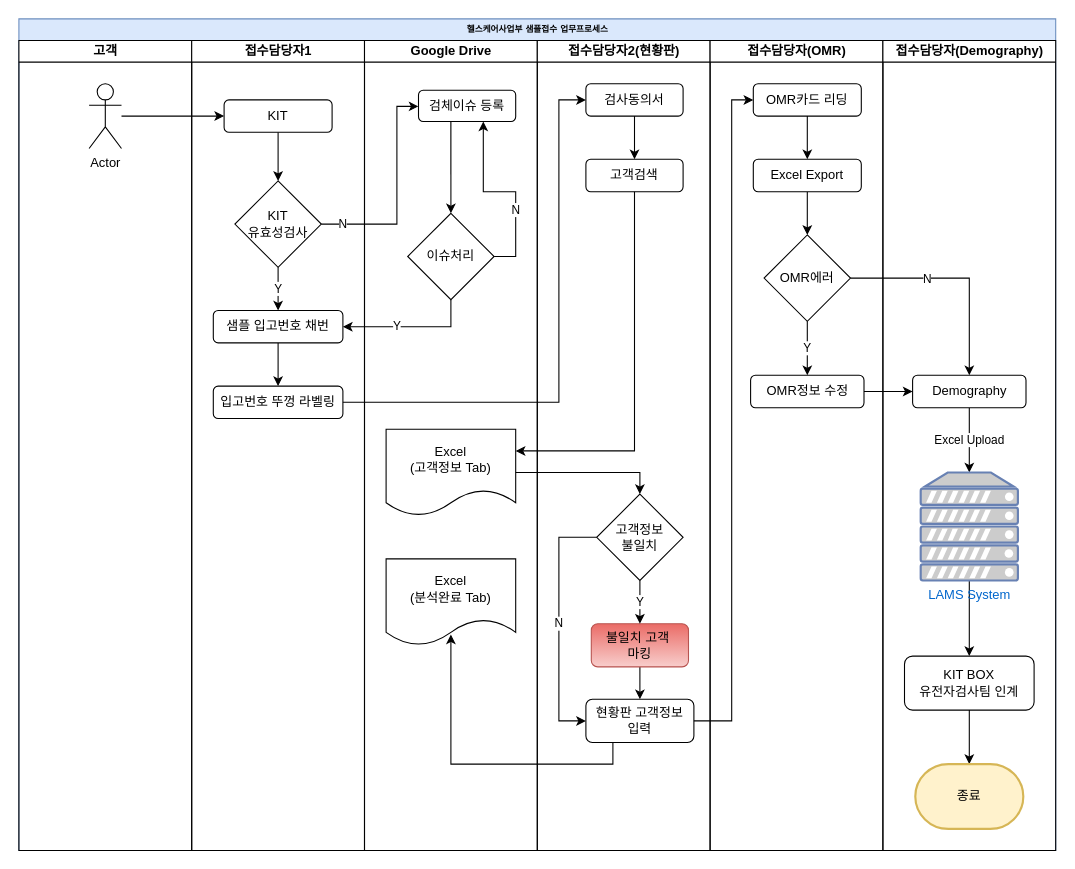
This is HC사업부_샘플입고_업무프로세스.drawio.xml from JamesHField/NGENEBIO_Workflow, a draw.io file, before an edit. Source tidied: cells renumbered, new cells numbered last; positions are measured from the earlier drawing's top-left corner, leaving out a move shared by most shapes. Both pictures are drawn from the tidied source at 108%, with x=0, y=0 at pixel (18, 18).
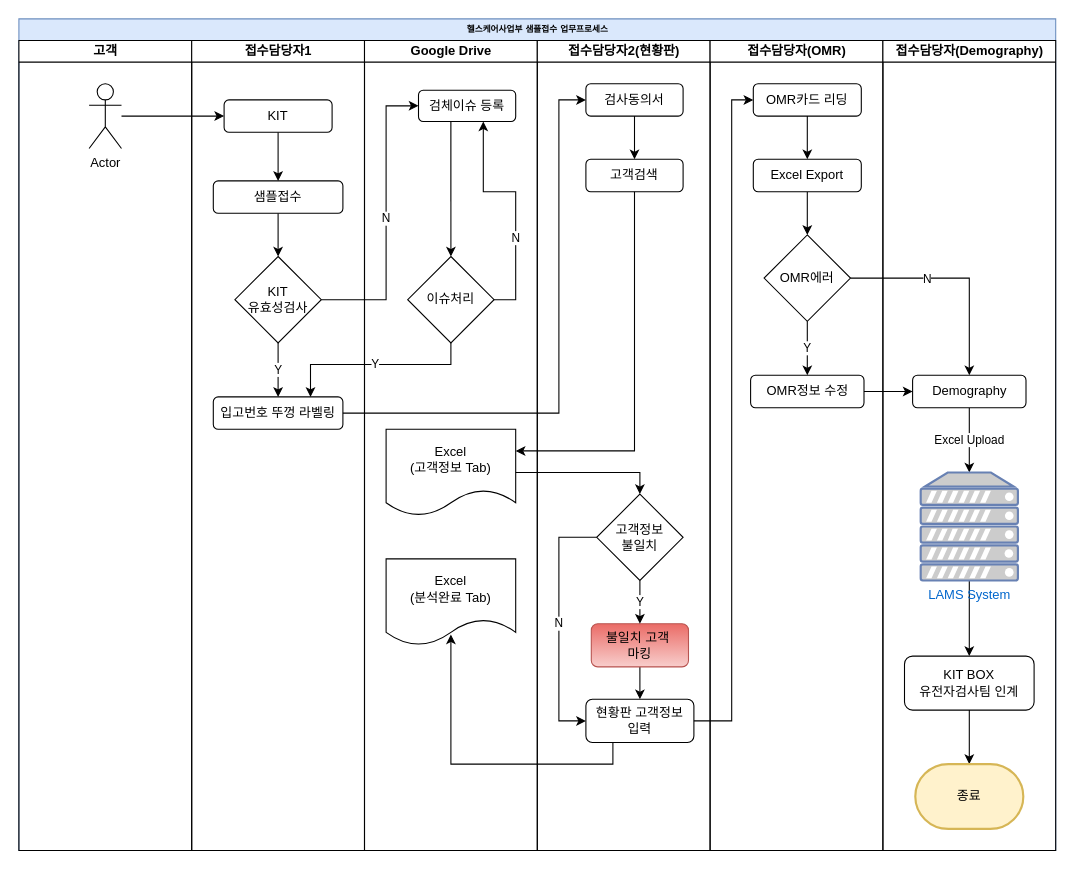
After the change.

Commit message:
HC사업부_샘플입고_업무프로세스.drawio.xml 업데이트

The change refers to these unchanged cells:
```xml
<mxCell id="2" value="헬스케어사업부 샘플접수 업무프로세스" style="swimlane;html=1;startSize=20;rounded=0;shadow=0;labelBackgroundColor=none;strokeWidth=1;fontFamily=Verdana;fontSize=8;align=center;fillColor=#dae8fc;strokeColor=#6c8ebf;" parent="1" vertex="1">
  <mxGeometry width="960" height="770" as="geometry" />
</mxCell>
<mxCell id="20" value="접수담당자1" style="swimlane;html=1;startSize=20;" parent="2" vertex="1">
  <mxGeometry x="160" y="20" width="160" height="750" as="geometry" />
</mxCell>
<mxCell id="22" value="KIT" style="rounded=1;whiteSpace=wrap;html=1;" parent="20" vertex="1">
  <mxGeometry x="30" y="55" width="100" height="30" as="geometry" />
</mxCell>
<mxCell id="28" value="Google Drive" style="swimlane;html=1;startSize=20;" parent="2" vertex="1">
  <mxGeometry x="320" y="20" width="160" height="750" as="geometry" />
</mxCell>
<mxCell id="31" value="검체이슈 등록" style="rounded=1;whiteSpace=wrap;html=1;" parent="28" vertex="1">
  <mxGeometry x="50" y="46" width="90" height="29" as="geometry" />
</mxCell>
<mxCell id="41" value="검사동의서" style="rounded=1;whiteSpace=wrap;html=1;" parent="36" vertex="1">
  <mxGeometry x="45" y="40" width="90" height="30" as="geometry" />
</mxCell>
```

What changed in the source:
```diff
@@
-    <mxCell id="21" style="edgeStyle=orthogonalEdgeStyle;rounded=0;jettySize=auto;html=1;entryX=0.5;entryY=0;entryDx=0;entryDy=0;" parent="20" edge="1" source="22" target="27">
-      <mxGeometry relative="1" as="geometry" />
-    </mxCell>
+    <mxCell id="78" style="edgeStyle=orthogonalEdgeStyle;rounded=0;jettySize=auto;html=1;" parent="20" edge="1" source="22" target="24">
+      <mxGeometry relative="1" as="geometry" />
+    </mxCell>
@@
-    <mxCell id="23" style="edgeStyle=orthogonalEdgeStyle;rounded=0;jettySize=auto;html=1;entryX=0.5;entryY=0;entryDx=0;entryDy=0;" parent="20" edge="1" source="24" target="25">
-      <mxGeometry relative="1" as="geometry" />
-    </mxCell>
+    <mxCell id="79" style="edgeStyle=orthogonalEdgeStyle;rounded=0;jettySize=auto;html=1;" parent="20" edge="1" source="24" target="27">
+      <mxGeometry relative="1" as="geometry" />
+    </mxCell>
-    <mxCell id="24" value="샘플 입고번호 채번" style="rounded=1;whiteSpace=wrap;html=1;" parent="20" vertex="1">
-      <mxGeometry x="20" y="250" width="120" height="30" as="geometry" />
+    <mxCell id="24" value="샘플접수" style="rounded=1;whiteSpace=wrap;html=1;" parent="20" vertex="1">
+      <mxGeometry x="20" y="130" width="120" height="30" as="geometry" />
     </mxCell>
     <mxCell id="25" value="입고번호 뚜껑 라벨링" style="rounded=1;whiteSpace=wrap;html=1;" parent="20" vertex="1">
-      <mxGeometry x="20" y="320" width="120" height="30" as="geometry" />
+      <mxGeometry x="20" y="330" width="120" height="30" as="geometry" />
     </mxCell>
-    <mxCell id="26" value="Y" style="edgeStyle=orthogonalEdgeStyle;rounded=0;jettySize=auto;html=1;entryX=0.5;entryY=0;entryDx=0;entryDy=0;" parent="20" edge="1" source="27" target="24">
-      <mxGeometry relative="1" as="geometry">
-        <Array as="points">
-          <mxPoint x="80" y="230" />
-          <mxPoint x="80" y="230" />
-        </Array>
-      </mxGeometry>
-    </mxCell>
+    <mxCell id="80" value="Y" style="edgeStyle=orthogonalEdgeStyle;rounded=0;jettySize=auto;html=1;" parent="20" edge="1" source="27" target="25">
+      <mxGeometry relative="1" as="geometry">
+        <Array as="points">
+          <mxPoint x="80" y="290" />
+          <mxPoint x="80" y="290" />
+        </Array>
+      </mxGeometry>
+    </mxCell>
     <mxCell id="27" value="KIT&lt;br&gt;유효성검사" style="rhombus;whiteSpace=wrap;html=1;" parent="20" vertex="1">
-      <mxGeometry x="40" y="130" width="80" height="80" as="geometry" />
+      <mxGeometry x="40" y="200" width="80" height="80" as="geometry" />
     </mxCell>
@@
     <mxCell id="32" value="N" style="edgeStyle=orthogonalEdgeStyle;rounded=0;jettySize=auto;html=1;exitX=1;exitY=0.5;exitDx=0;exitDy=0;" parent="28" edge="1" source="33">
       <mxGeometry x="-0.28" relative="1" as="geometry">
         <mxPoint x="110" y="75" as="targetPoint" />
         <Array as="points">
-          <mxPoint x="140" y="200" />
+          <mxPoint x="140" y="240" />
           <mxPoint x="140" y="140" />
           <mxPoint x="110" y="140" />
         </Array>
       </mxGeometry>
     </mxCell>
     <mxCell id="33" value="이슈처리" style="rhombus;whiteSpace=wrap;html=1;" parent="28" vertex="1">
-      <mxGeometry x="40" y="160" width="80" height="80" as="geometry" />
+      <mxGeometry x="40" y="200" width="80" height="80" as="geometry" />
     </mxCell>
@@
-    <mxCell id="68" value="N" style="edgeStyle=orthogonalEdgeStyle;rounded=0;jettySize=auto;html=1;" parent="2" edge="1" source="27">
-      <mxGeometry x="-0.8" relative="1" as="geometry">
-        <mxPoint x="370" y="81" as="targetPoint" />
-        <Array as="points">
-          <mxPoint x="350" y="190" />
-          <mxPoint x="350" y="81" />
-        </Array>
-      </mxGeometry>
-    </mxCell>
-    <mxCell id="69" value="Y" style="edgeStyle=orthogonalEdgeStyle;rounded=0;jettySize=auto;html=1;entryX=1;entryY=0.5;entryDx=0;entryDy=0;exitX=0.5;exitY=1;exitDx=0;exitDy=0;" parent="2" edge="1" source="33" target="24">
-      <mxGeometry x="0.2" relative="1" as="geometry">
-        <Array as="points">
-          <mxPoint x="400" y="285" />
-        </Array>
-      </mxGeometry>
-    </mxCell>
     <mxCell id="70" style="edgeStyle=orthogonalEdgeStyle;rounded=0;jettySize=auto;html=1;entryX=0;entryY=0.5;entryDx=0;entryDy=0;exitX=1;exitY=0.5;exitDx=0;exitDy=0;" parent="2" edge="1" source="25" target="41">
       <mxGeometry relative="1" as="geometry">
         <Array as="points">
-          <mxPoint x="500" y="355" />
+          <mxPoint x="500" y="365" />
           <mxPoint x="500" y="75" />
         </Array>
       </mxGeometry>
     </mxCell>
@@
+    <mxCell id="68" value="N" style="edgeStyle=orthogonalEdgeStyle;rounded=0;jettySize=auto;html=1;entryX=0;entryY=0.5;entryDx=0;entryDy=0;" parent="2" edge="1" source="27" target="31">
+      <mxGeometry relative="1" as="geometry">
+        <Array as="points">
+          <mxPoint x="340" y="260" />
+          <mxPoint x="340" y="80" />
+        </Array>
+      </mxGeometry>
+    </mxCell>
+    <mxCell id="81" value="Y" style="edgeStyle=orthogonalEdgeStyle;rounded=0;jettySize=auto;html=1;entryX=0.75;entryY=0;entryDx=0;entryDy=0;" parent="2" edge="1" source="33" target="25">
+      <mxGeometry relative="1" as="geometry">
+        <Array as="points">
+          <mxPoint x="400" y="320" />
+          <mxPoint x="270" y="320" />
+        </Array>
+      </mxGeometry>
+    </mxCell>
```
